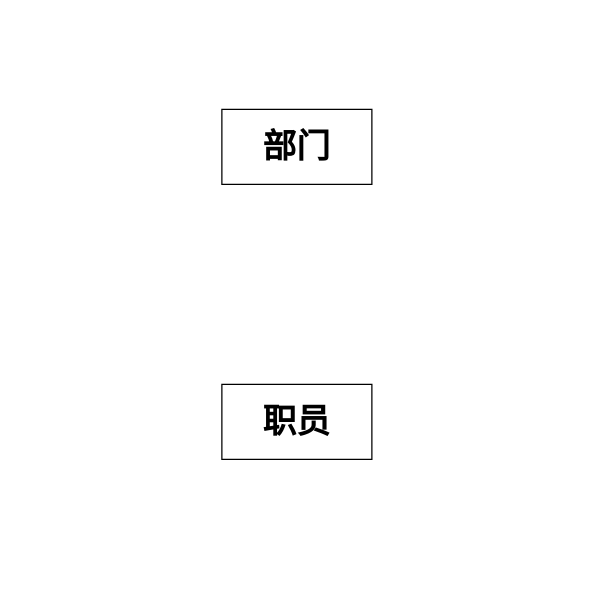
The draw.io diagram 未命名绘图.drawio in yoeelingBin/database, before the edit. Source tidied: cells renumbered, new cells numbered last; positions are measured from the earlier drawing's top-left corner, leaving out a move shared by most shapes. Both pictures are drawn from the tidied source at 125%, with x=0, y=0 at pixel (221, 109).
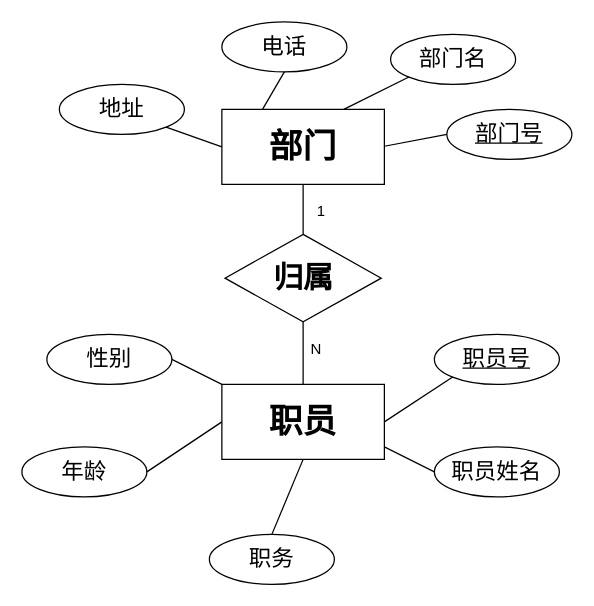
Above is the later version.

The edit, as a diff of the source:
```diff
@@
+    <mxCell id="3" value="&lt;h1&gt;&lt;font style=&quot;font-size: 27px&quot;&gt;职员&lt;/font&gt;&lt;/h1&gt;" style="whiteSpace=wrap;html=1;align=center;" parent="1" vertex="1">
+      <mxGeometry y="220" width="130" height="60" as="geometry" />
+    </mxCell>
-    <mxCell id="2" value="&lt;h1&gt;&lt;font style=&quot;font-size: 27px&quot;&gt;部门&lt;/font&gt;&lt;/h1&gt;" style="rounded=0;whiteSpace=wrap;html=1;" parent="1" vertex="1">
-      <mxGeometry width="120" height="60" as="geometry" />
+    <mxCell id="2" value="&lt;h1&gt;&lt;font style=&quot;font-size: 27px&quot;&gt;部门&lt;/font&gt;&lt;/h1&gt;" style="whiteSpace=wrap;html=1;align=center;" parent="1" vertex="1">
+      <mxGeometry width="130" height="60" as="geometry" />
     </mxCell>
-    <mxCell id="3" value="&lt;h1&gt;&lt;font style=&quot;font-size: 27px&quot;&gt;职员&lt;/font&gt;&lt;/h1&gt;" style="rounded=0;whiteSpace=wrap;html=1;" parent="1" vertex="1">
-      <mxGeometry y="220" width="120" height="60" as="geometry" />
-    </mxCell>
+    <mxCell id="4" value="&lt;font style=&quot;font-size: 18px&quot;&gt;部门号&lt;/font&gt;" style="ellipse;whiteSpace=wrap;html=1;align=center;fontStyle=4;" parent="1" vertex="1">
+      <mxGeometry x="180" width="100" height="40" as="geometry" />
+    </mxCell>
+    <mxCell id="5" value="&lt;font style=&quot;font-size: 18px&quot;&gt;部门名&lt;/font&gt;" style="ellipse;whiteSpace=wrap;html=1;align=center;" parent="1" vertex="1">
+      <mxGeometry x="135" y="-60" width="100" height="40" as="geometry" />
+    </mxCell>
+    <mxCell id="6" style="endArrow=none;html=1;rounded=0;entryX=0;entryY=0.5;entryDx=0;entryDy=0;" parent="1" edge="1" target="4">
+      <mxGeometry relative="1" as="geometry">
+        <mxPoint x="130" y="29.5" as="sourcePoint" />
+      </mxGeometry>
+    </mxCell>
+    <mxCell id="7" style="endArrow=none;html=1;rounded=0;entryX=0;entryY=1;entryDx=0;entryDy=0;exitX=0.75;exitY=0;exitDx=0;exitDy=0;" parent="1" edge="1" source="2" target="5">
+      <mxGeometry relative="1" as="geometry" />
+    </mxCell>
+    <mxCell id="8" value="&lt;font style=&quot;font-size: 18px&quot;&gt;电话&lt;/font&gt;" style="ellipse;whiteSpace=wrap;html=1;align=center;" parent="1" vertex="1">
+      <mxGeometry y="-70" width="100" height="40" as="geometry" />
+    </mxCell>
+    <mxCell id="9" value="&lt;font style=&quot;font-size: 18px&quot;&gt;地址&lt;/font&gt;" style="ellipse;whiteSpace=wrap;html=1;align=center;" parent="1" vertex="1">
+      <mxGeometry x="-130" y="-20" width="100" height="40" as="geometry" />
+    </mxCell>
+    <mxCell id="10" style="endArrow=none;html=1;rounded=0;entryX=0;entryY=0.5;entryDx=0;entryDy=0;exitX=1;exitY=1;exitDx=0;exitDy=0;" parent="1" edge="1" source="9" target="2">
+      <mxGeometry relative="1" as="geometry" />
+    </mxCell>
+    <mxCell id="11" style="endArrow=none;html=1;rounded=0;exitX=0.5;exitY=1;exitDx=0;exitDy=0;entryX=0.25;entryY=0;entryDx=0;entryDy=0;" parent="1" edge="1" source="8" target="2">
+      <mxGeometry relative="1" as="geometry" />
+    </mxCell>
+    <mxCell id="12" value="&lt;h1&gt;&lt;font style=&quot;font-size: 24px&quot;&gt;归属&lt;/font&gt;&lt;/h1&gt;" style="shape=rhombus;perimeter=rhombusPerimeter;whiteSpace=wrap;html=1;align=center;" parent="1" vertex="1">
+      <mxGeometry x="2.5" y="100" width="125" height="70" as="geometry" />
+    </mxCell>
+    <mxCell id="13" style="endArrow=none;html=1;rounded=0;exitX=0.5;exitY=1;exitDx=0;exitDy=0;entryX=0.5;entryY=0;entryDx=0;entryDy=0;" parent="1" edge="1" source="2" target="12">
+      <mxGeometry relative="1" as="geometry" />
+    </mxCell>
+    <mxCell id="14" value="1" style="html=1;align=right;verticalAlign=bottom;" parent="13" vertex="1">
+      <mxGeometry x="1" relative="1" as="geometry">
+        <mxPoint x="17.5" y="-9.9" as="offset" />
+      </mxGeometry>
+    </mxCell>
+    <mxCell id="15" style="endArrow=none;html=1;rounded=0;entryX=0.5;entryY=0;entryDx=0;entryDy=0;exitX=0.5;exitY=1;exitDx=0;exitDy=0;" parent="1" edge="1" source="12" target="3">
+      <mxGeometry relative="1" as="geometry" />
+    </mxCell>
+    <mxCell id="16" value="N" style="html=1;align=right;verticalAlign=bottom;" parent="15" vertex="1">
+      <mxGeometry x="1" relative="1" as="geometry">
+        <mxPoint x="15" y="-19.9" as="offset" />
+      </mxGeometry>
+    </mxCell>
+    <mxCell id="17" value="&lt;font style=&quot;font-size: 18px&quot;&gt;职员号&lt;/font&gt;" style="ellipse;whiteSpace=wrap;html=1;align=center;fontStyle=4;" parent="1" vertex="1">
+      <mxGeometry x="170" y="180" width="100" height="40" as="geometry" />
+    </mxCell>
+    <mxCell id="18" style="endArrow=none;html=1;rounded=0;exitX=1;exitY=0.5;exitDx=0;exitDy=0;entryX=0;entryY=1;entryDx=0;entryDy=0;" parent="1" edge="1" source="3" target="17">
+      <mxGeometry relative="1" as="geometry" />
+    </mxCell>
+    <mxCell id="19" value="&lt;font style=&quot;font-size: 18px&quot;&gt;职员姓名&lt;/font&gt;" style="ellipse;whiteSpace=wrap;html=1;align=center;" parent="1" vertex="1">
+      <mxGeometry x="170" y="270" width="100" height="40" as="geometry" />
+    </mxCell>
+    <mxCell id="20" style="endArrow=none;html=1;rounded=0;exitX=0;exitY=0.5;exitDx=0;exitDy=0;" parent="1" edge="1" source="19">
+      <mxGeometry relative="1" as="geometry">
+        <mxPoint x="130" y="270" as="targetPoint" />
+      </mxGeometry>
+    </mxCell>
+    <mxCell id="21" value="&lt;span style=&quot;font-size: 18px&quot;&gt;职务&lt;/span&gt;" style="ellipse;whiteSpace=wrap;html=1;align=center;" parent="1" vertex="1">
+      <mxGeometry x="-10" y="340" width="100" height="40" as="geometry" />
+    </mxCell>
+    <mxCell id="22" style="endArrow=none;html=1;rounded=0;exitX=0.5;exitY=0;exitDx=0;exitDy=0;entryX=0.5;entryY=1;entryDx=0;entryDy=0;" parent="1" edge="1" source="21" target="3">
+      <mxGeometry relative="1" as="geometry" />
+    </mxCell>
+    <mxCell id="23" value="&lt;font style=&quot;font-size: 18px&quot;&gt;年龄&lt;/font&gt;" style="ellipse;whiteSpace=wrap;html=1;align=center;" parent="1" vertex="1">
+      <mxGeometry x="-160" y="270" width="100" height="40" as="geometry" />
+    </mxCell>
+    <mxCell id="24" style="endArrow=none;html=1;rounded=0;exitX=1;exitY=0.5;exitDx=0;exitDy=0;entryX=0;entryY=0.5;entryDx=0;entryDy=0;" parent="1" edge="1" source="23" target="3">
+      <mxGeometry relative="1" as="geometry" />
+    </mxCell>
+    <mxCell id="25" value="&lt;font style=&quot;font-size: 18px&quot;&gt;性别&lt;/font&gt;" style="ellipse;whiteSpace=wrap;html=1;align=center;" parent="1" vertex="1">
+      <mxGeometry x="-140" y="180" width="100" height="40" as="geometry" />
+    </mxCell>
+    <mxCell id="26" style="endArrow=none;html=1;rounded=0;entryX=1;entryY=0.5;entryDx=0;entryDy=0;exitX=0;exitY=0;exitDx=0;exitDy=0;" parent="1" edge="1" source="3" target="25">
+      <mxGeometry relative="1" as="geometry" />
+    </mxCell>
```
